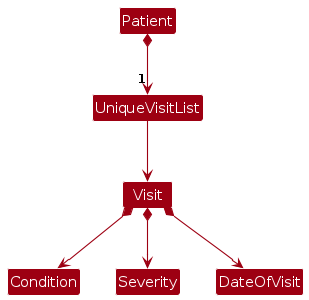
AY2324S2-CS2103T-T14-2/tp keeps this PlantUML diagram as diagrams/VisitModelClassDiagram.png. Above is the earlier version. Its source is kept beside it as diagrams/VisitModelClassDiagram.puml.
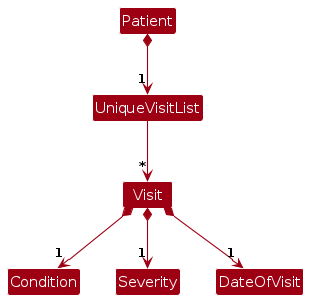
After the commit.

The edit, as a diff of the source:
```diff
@@ -6,9 +6,9 @@
 
 Patient *--> "1" UniqueVisitList
 
-UniqueVisitList -down-> Visit
+UniqueVisitList -down->"*" Visit
 
-Visit *--> Condition
-Visit *--> Severity
-Visit *--> DateOfVisit
+Visit *--> "1"Condition
+Visit *--> "1"Severity
+Visit *--> "1"DateOfVisit
 @enduml
```
